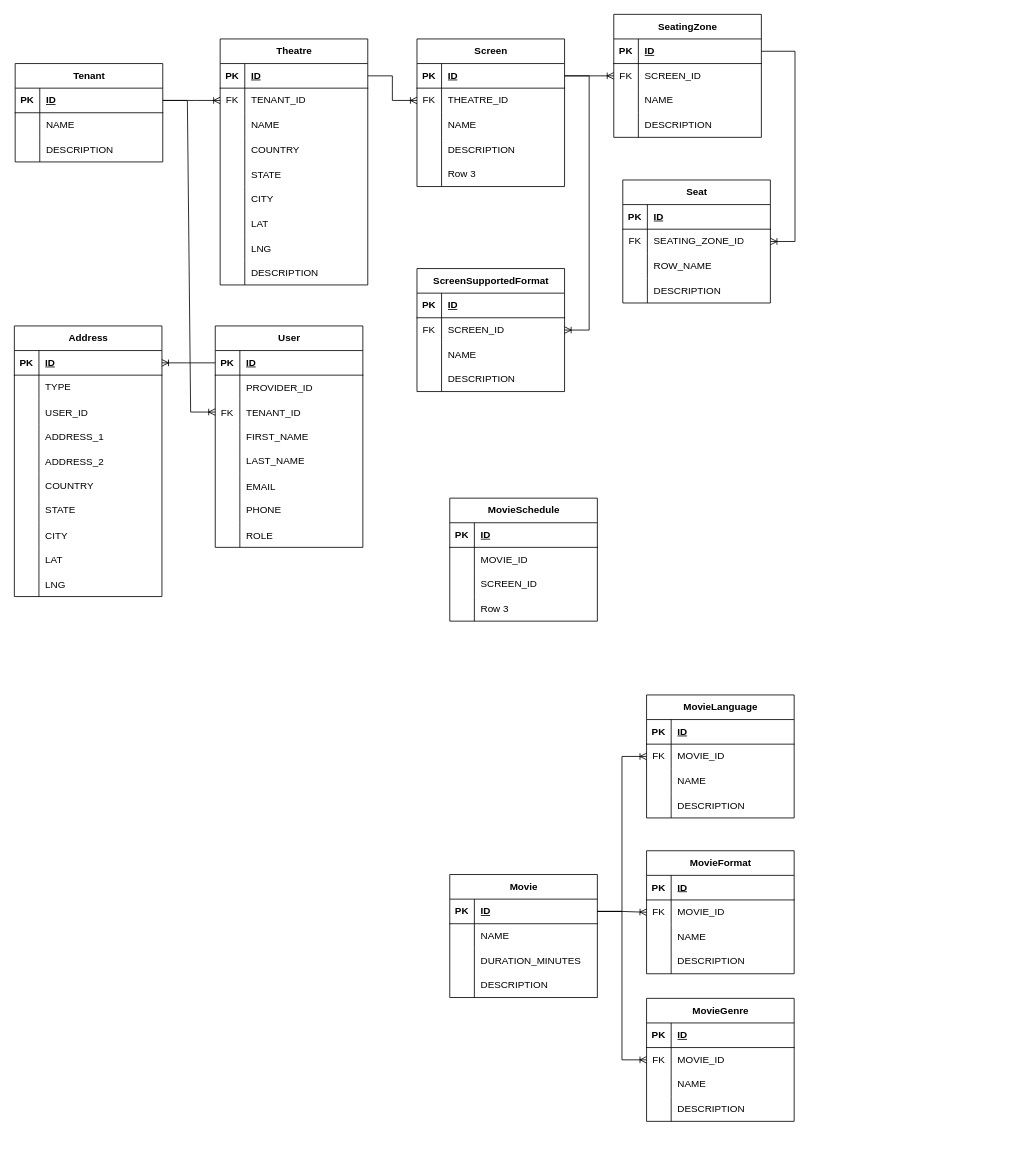
itzmedinesh/drawings keeps this draw.io diagram as Untitled Diagram.drawio. Above is the earlier version. Source tidied: cells renumbered, new cells numbered last; positions are measured from the earlier drawing's top-left corner, leaving out a move shared by most shapes. Both pictures are drawn from the tidied source at 82%, with x=0, y=0 at pixel (-59, 14).
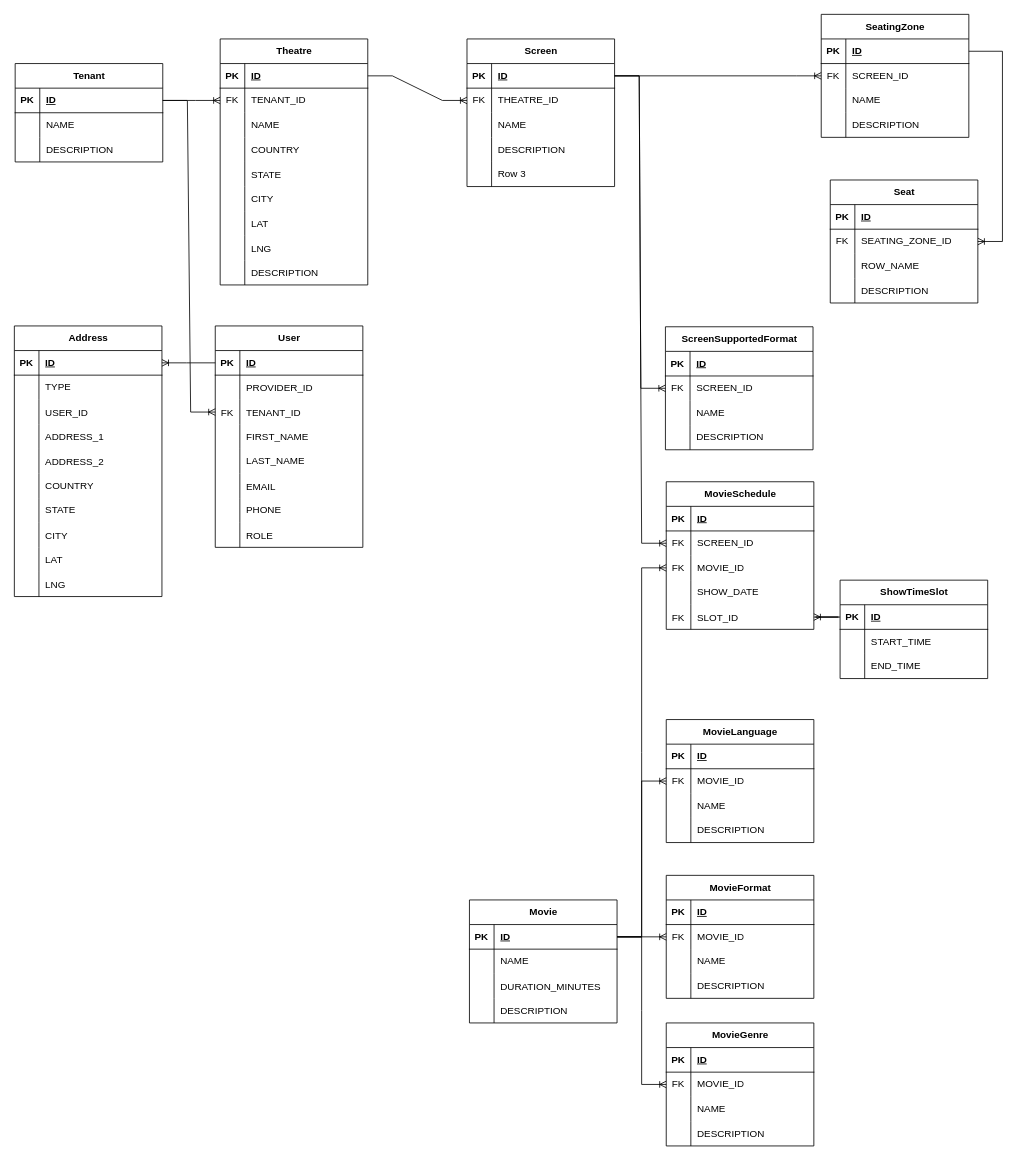
The same diagram, later.

Commit message:
Movie Schedule Update

Unchanged cells that the change refers to:
```xml
<mxCell id="13" style="shape=tableRow;horizontal=0;startSize=0;swimlaneHead=0;swimlaneBody=0;fillColor=none;points=[[0,0.5],[1,0.5]];portConstraint=eastwest;top=0;left=0;right=0;bottom=1;" parent="12" vertex="1">
  <mxGeometry y="30" width="180" height="30" as="geometry" />
</mxCell>
<mxCell id="145" style="shape=tableRow;horizontal=0;startSize=0;swimlaneHead=0;swimlaneBody=0;fillColor=none;points=[[0,0.5],[1,0.5]];portConstraint=eastwest;top=0;left=0;right=0;bottom=1;" parent="144" vertex="1">
  <mxGeometry y="30" width="180" height="30" as="geometry" />
</mxCell>
<mxCell id="161" style="shape=tableRow;horizontal=0;startSize=0;swimlaneHead=0;swimlaneBody=0;fillColor=none;points=[[0,0.5],[1,0.5]];portConstraint=eastwest;top=0;left=0;right=0;bottom=0;" parent="157" vertex="1">
  <mxGeometry y="60" width="180" height="30" as="geometry" />
</mxCell>
<mxCell id="203" style="shape=tableRow;horizontal=0;startSize=0;swimlaneHead=0;swimlaneBody=0;fillColor=none;points=[[0,0.5],[1,0.5]];portConstraint=eastwest;top=0;left=0;right=0;bottom=0;" parent="199" vertex="1">
  <mxGeometry y="60" width="180" height="30" as="geometry" />
</mxCell>
<mxCell id="206" style="shape=tableRow;horizontal=0;startSize=0;swimlaneHead=0;swimlaneBody=0;fillColor=none;points=[[0,0.5],[1,0.5]];portConstraint=eastwest;top=0;left=0;right=0;bottom=0;" parent="199" vertex="1">
  <mxGeometry y="90" width="180" height="30" as="geometry" />
</mxCell>
<mxCell id="209" style="shape=tableRow;horizontal=0;startSize=0;swimlaneHead=0;swimlaneBody=0;fillColor=none;top=0;left=0;right=0;bottom=0;" parent="199" vertex="1">
  <mxGeometry y="120" width="180" height="30" as="geometry" />
</mxCell>
<mxCell id="216" style="shape=tableRow;horizontal=0;startSize=0;swimlaneHead=0;swimlaneBody=0;fillColor=none;points=[[0,0.5],[1,0.5]];portConstraint=eastwest;top=0;left=0;right=0;bottom=0;" parent="212" vertex="1">
  <mxGeometry y="60" width="180" height="30" as="geometry" />
</mxCell>
```

Diff of the diagram source:
```diff
@@
     <mxCell id="12" value="Screen" style="shape=table;startSize=30;childLayout=tableLayout;rowLines=0;fontStyle=1;align=center;html=1;" parent="1" vertex="1">
-      <mxGeometry x="580" y="30" width="180" height="180" as="geometry" />
+      <mxGeometry x="641" y="30" width="180" height="180" as="geometry" />
     </mxCell>
@@
     <mxCell id="28" value="Seat" style="shape=table;startSize=30;childLayout=tableLayout;rowLines=0;fontStyle=1;align=center;html=1;" parent="1" vertex="1">
-      <mxGeometry x="831" y="202" width="180" height="150" as="geometry" />
+      <mxGeometry x="1084" y="202" width="180" height="150" as="geometry" />
     </mxCell>
@@
     <mxCell id="43" value="SeatingZone" style="shape=table;startSize=30;childLayout=tableLayout;rowLines=0;fontStyle=1;align=center;html=1;" parent="1" vertex="1">
-      <mxGeometry x="820" width="180" height="150" as="geometry" />
+      <mxGeometry x="1073" width="180" height="150" as="geometry" />
     </mxCell>
@@
     <mxCell id="144" value="Movie" style="shape=table;startSize=30;childLayout=tableLayout;rowLines=0;fontStyle=1;align=center;html=1;" parent="1" vertex="1">
-      <mxGeometry x="620" y="1049" width="180" height="150" as="geometry" />
+      <mxGeometry x="644" y="1080" width="180" height="150" as="geometry" />
     </mxCell>
@@
     <mxCell id="157" value="MovieFormat" style="shape=table;startSize=30;childLayout=tableLayout;rowLines=0;fontStyle=1;align=center;html=1;" parent="1" vertex="1">
-      <mxGeometry x="860" y="1020" width="180" height="150" as="geometry" />
+      <mxGeometry x="884" y="1050" width="180" height="150" as="geometry" />
     </mxCell>
@@
     <mxCell id="170" value="MovieLanguage" style="shape=table;startSize=30;childLayout=tableLayout;rowLines=0;fontStyle=1;align=center;html=1;" parent="1" vertex="1">
-      <mxGeometry x="860" y="830" width="180" height="150" as="geometry" />
+      <mxGeometry x="884" y="860" width="180" height="150" as="geometry" />
     </mxCell>
@@
     <mxCell id="183" value="MovieGenre" style="shape=table;startSize=30;childLayout=tableLayout;rowLines=0;fontStyle=1;align=center;html=1;" parent="1" vertex="1">
-      <mxGeometry x="860" y="1200" width="180" height="150" as="geometry" />
+      <mxGeometry x="884" y="1230" width="180" height="150" as="geometry" />
     </mxCell>
@@
     <mxCell id="197" style="edgeStyle=entityRelationEdgeStyle;fontSize=12;html=1;endArrow=ERoneToMany;rounded=0;exitX=1;exitY=0.5;exitDx=0;exitDy=0;entryX=0;entryY=0.5;entryDx=0;entryDy=0;" parent="1" edge="1" source="145" target="161">
       <mxGeometry relative="1" as="geometry">
         <Array as="points">
-          <mxPoint x="880" y="940" />
+          <mxPoint x="1101" y="970" />
         </Array>
       </mxGeometry>
     </mxCell>
@@
     <mxCell id="199" value="MovieSchedule" style="shape=table;startSize=30;childLayout=tableLayout;rowLines=0;fontStyle=1;align=center;html=1;" parent="1" vertex="1">
-      <mxGeometry x="620" y="590" width="180" height="150" as="geometry" />
+      <mxGeometry x="884" y="570" width="180" height="180" as="geometry" />
     </mxCell>
@@
-    <mxCell id="204" style="shape=partialRectangle;fillColor=none;top=0;left=0;bottom=0;right=0;overflow=hidden;whiteSpace=wrap;html=1;" parent="203" vertex="1">
+    <mxCell id="204" value="FK" style="shape=partialRectangle;fillColor=none;top=0;left=0;bottom=0;right=0;overflow=hidden;whiteSpace=wrap;html=1;" parent="203" vertex="1">
       <mxGeometry width="30" height="30" as="geometry" />
     </mxCell>
-    <mxCell id="205" value="MOVIE_ID" style="shape=partialRectangle;fillColor=none;top=0;left=0;bottom=0;right=0;align=left;spacingLeft=6;overflow=hidden;whiteSpace=wrap;html=1;" parent="203" vertex="1">
+    <mxCell id="205" value="SCREEN_ID" style="shape=partialRectangle;fillColor=none;top=0;left=0;bottom=0;right=0;align=left;spacingLeft=6;overflow=hidden;whiteSpace=wrap;html=1;" parent="203" vertex="1">
       <mxGeometry x="30" width="150" height="30" as="geometry" />
     </mxCell>
@@
-    <mxCell id="207" style="shape=partialRectangle;fillColor=none;top=0;left=0;bottom=0;right=0;overflow=hidden;whiteSpace=wrap;html=1;" parent="206" vertex="1">
+    <mxCell id="207" value="FK" style="shape=partialRectangle;fillColor=none;top=0;left=0;bottom=0;right=0;overflow=hidden;whiteSpace=wrap;html=1;" parent="206" vertex="1">
       <mxGeometry width="30" height="30" as="geometry" />
     </mxCell>
-    <mxCell id="208" value="SCREEN_ID" style="shape=partialRectangle;fillColor=none;top=0;left=0;bottom=0;right=0;align=left;spacingLeft=6;overflow=hidden;whiteSpace=wrap;html=1;" parent="206" vertex="1">
+    <mxCell id="208" value="MOVIE_ID" style="shape=partialRectangle;fillColor=none;top=0;left=0;bottom=0;right=0;align=left;spacingLeft=6;overflow=hidden;whiteSpace=wrap;html=1;" parent="206" vertex="1">
       <mxGeometry x="30" width="150" height="30" as="geometry" />
     </mxCell>
@@
-    <mxCell id="211" value="Row 3" style="shape=partialRectangle;fillColor=none;top=0;left=0;bottom=0;right=0;align=left;spacingLeft=6;overflow=hidden;whiteSpace=wrap;html=1;" parent="209" vertex="1">
+    <mxCell id="211" value="SHOW_DATE" style="shape=partialRectangle;fillColor=none;top=0;left=0;bottom=0;right=0;align=left;spacingLeft=6;overflow=hidden;whiteSpace=wrap;html=1;" parent="209" vertex="1">
       <mxGeometry x="30" width="150" height="30" as="geometry" />
     </mxCell>
+    <mxCell id="226" style="shape=tableRow;horizontal=0;startSize=0;swimlaneHead=0;swimlaneBody=0;fillColor=none;points=[[0,0.5],[1,0.5]];portConstraint=eastwest;top=0;left=0;right=0;bottom=0;" parent="199" vertex="1">
+      <mxGeometry y="150" width="180" height="30" as="geometry" />
+    </mxCell>
+    <mxCell id="227" value="FK" style="shape=partialRectangle;fillColor=none;top=0;left=0;bottom=0;right=0;overflow=hidden;" parent="226" vertex="1">
+      <mxGeometry width="30" height="30" as="geometry" />
+    </mxCell>
+    <mxCell id="228" value="SLOT_ID" style="shape=partialRectangle;fillColor=none;top=0;left=0;bottom=0;right=0;align=left;spacingLeft=6;overflow=hidden;" parent="226" vertex="1">
+      <mxGeometry x="30" width="150" height="30" as="geometry" />
+    </mxCell>
     <mxCell id="212" value="ScreenSupportedFormat" style="shape=table;startSize=30;childLayout=tableLayout;rowLines=0;fontStyle=1;align=center;html=1;" parent="1" vertex="1">
-      <mxGeometry x="580" y="310" width="180" height="150" as="geometry" />
+      <mxGeometry x="883" y="381" width="180" height="150" as="geometry" />
     </mxCell>
@@
-    <mxCell id="225" style="edgeStyle=entityRelationEdgeStyle;fontSize=12;html=1;endArrow=ERoneToMany;rounded=0;exitX=1;exitY=0.5;exitDx=0;exitDy=0;entryX=1;entryY=0.5;entryDx=0;entryDy=0;" parent="1" edge="1" source="13" target="216">
+    <mxCell id="225" style="edgeStyle=entityRelationEdgeStyle;fontSize=12;html=1;endArrow=ERoneToMany;rounded=0;" parent="1" edge="1" source="13" target="216">
       <mxGeometry relative="1" as="geometry" />
     </mxCell>
+    <mxCell id="229" value="ShowTimeSlot" style="shape=table;startSize=30;childLayout=tableLayout;rowLines=0;fontStyle=1;align=center;html=1;" parent="1" vertex="1">
+      <mxGeometry x="1096" y="690" width="180" height="120" as="geometry" />
+    </mxCell>
+    <mxCell id="230" style="shape=tableRow;horizontal=0;startSize=0;swimlaneHead=0;swimlaneBody=0;fillColor=none;points=[[0,0.5],[1,0.5]];portConstraint=eastwest;top=0;left=0;right=0;bottom=1;" parent="229" vertex="1">
+      <mxGeometry y="30" width="180" height="30" as="geometry" />
+    </mxCell>
+    <mxCell id="231" value="PK" style="shape=partialRectangle;fillColor=none;top=0;left=0;bottom=0;right=0;fontStyle=1;overflow=hidden;whiteSpace=wrap;html=1;" parent="230" vertex="1">
+      <mxGeometry width="30" height="30" as="geometry" />
+    </mxCell>
+    <mxCell id="232" value="ID" style="shape=partialRectangle;fillColor=none;top=0;left=0;bottom=0;right=0;align=left;spacingLeft=6;fontStyle=5;overflow=hidden;whiteSpace=wrap;html=1;" parent="230" vertex="1">
+      <mxGeometry x="30" width="150" height="30" as="geometry" />
+    </mxCell>
+    <mxCell id="233" style="shape=tableRow;horizontal=0;startSize=0;swimlaneHead=0;swimlaneBody=0;fillColor=none;top=0;left=0;right=0;bottom=0;" parent="229" vertex="1">
+      <mxGeometry y="60" width="180" height="30" as="geometry" />
+    </mxCell>
+    <mxCell id="234" style="shape=partialRectangle;fillColor=none;top=0;left=0;bottom=0;right=0;overflow=hidden;whiteSpace=wrap;html=1;" parent="233" vertex="1">
+      <mxGeometry width="30" height="30" as="geometry" />
+    </mxCell>
+    <mxCell id="235" value="START_TIME" style="shape=partialRectangle;fillColor=none;top=0;left=0;bottom=0;right=0;align=left;spacingLeft=6;overflow=hidden;whiteSpace=wrap;html=1;" parent="233" vertex="1">
+      <mxGeometry x="30" width="150" height="30" as="geometry" />
+    </mxCell>
+    <mxCell id="236" style="shape=tableRow;horizontal=0;startSize=0;swimlaneHead=0;swimlaneBody=0;fillColor=none;top=0;left=0;right=0;bottom=0;" parent="229" vertex="1">
+      <mxGeometry y="90" width="180" height="30" as="geometry" />
+    </mxCell>
+    <mxCell id="237" style="shape=partialRectangle;fillColor=none;top=0;left=0;bottom=0;right=0;overflow=hidden;whiteSpace=wrap;html=1;" parent="236" vertex="1">
+      <mxGeometry width="30" height="30" as="geometry" />
+    </mxCell>
+    <mxCell id="238" value="END_TIME" style="shape=partialRectangle;fillColor=none;top=0;left=0;bottom=0;right=0;align=left;spacingLeft=6;overflow=hidden;whiteSpace=wrap;html=1;" parent="236" vertex="1">
+      <mxGeometry x="30" width="150" height="30" as="geometry" />
+    </mxCell>
+    <mxCell id="239" style="edgeStyle=entityRelationEdgeStyle;fontSize=12;html=1;endArrow=ERoneToMany;rounded=0;exitX=0;exitY=0.5;exitDx=0;exitDy=0;entryX=1;entryY=0.5;entryDx=0;entryDy=0;" parent="1" edge="1" source="230" target="226">
+      <mxGeometry relative="1" as="geometry" />
+    </mxCell>
+    <mxCell id="240" style="edgeStyle=entityRelationEdgeStyle;fontSize=12;html=1;endArrow=ERoneToMany;rounded=0;entryX=0;entryY=0.5;entryDx=0;entryDy=0;exitX=1;exitY=0.5;exitDx=0;exitDy=0;" parent="1" edge="1" source="145" target="206">
+      <mxGeometry relative="1" as="geometry">
+        <Array as="points">
+          <mxPoint x="744" y="210" />
+          <mxPoint x="692" y="614" />
+          <mxPoint x="712" y="784" />
+          <mxPoint x="722" y="774" />
+        </Array>
+      </mxGeometry>
+    </mxCell>
+    <mxCell id="241" style="edgeStyle=entityRelationEdgeStyle;fontSize=12;html=1;endArrow=ERoneToMany;rounded=0;exitX=1;exitY=0.5;exitDx=0;exitDy=0;" parent="1" edge="1" source="13" target="203">
+      <mxGeometry relative="1" as="geometry" />
+    </mxCell>
```
